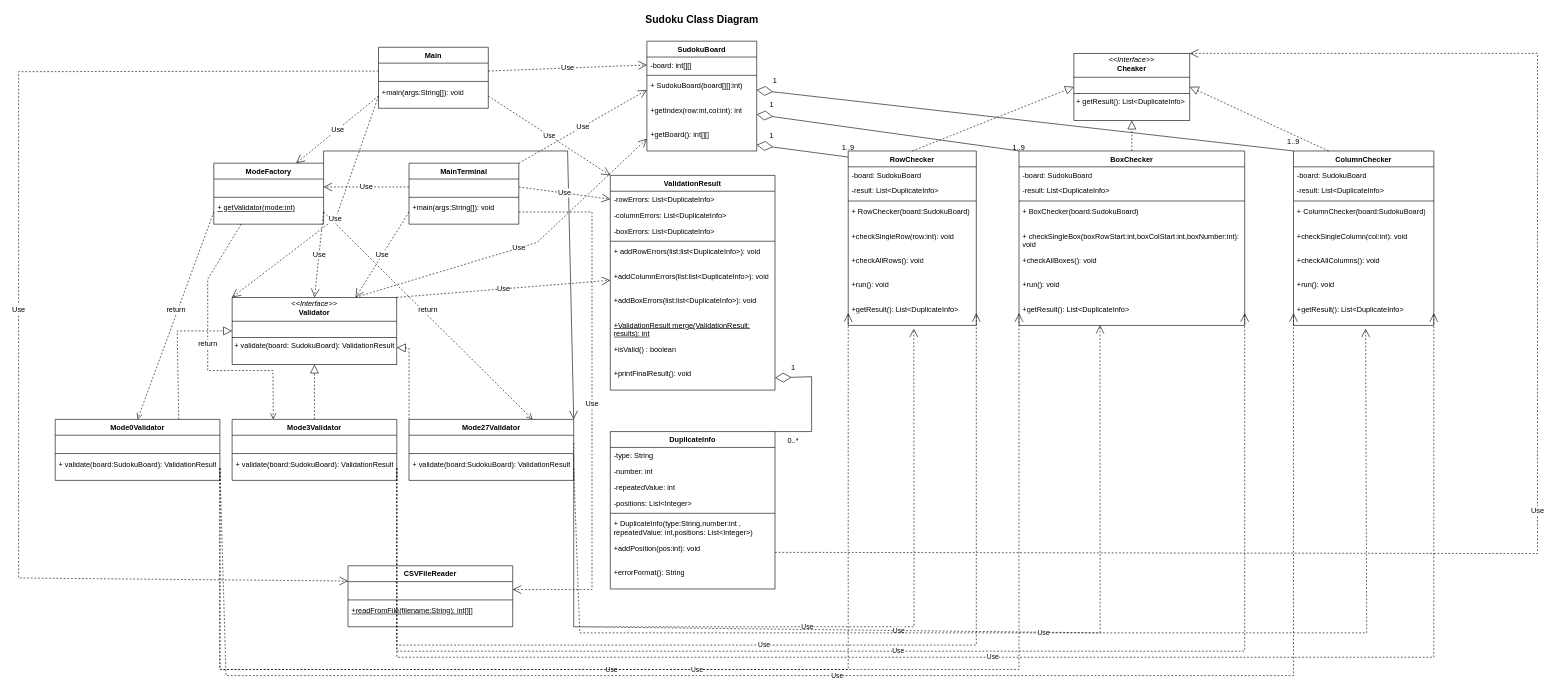
This is ClassDiagram.drawio from ghadeer4705/Lab9_Sudoku1, a draw.io file, before an edit. Source tidied: cells renumbered, new cells numbered last; positions are measured from the earlier drawing's top-left corner, leaving out a move shared by most shapes. Both pictures are drawn from the tidied source at 61%, with x=0, y=0 at pixel (18, 10).
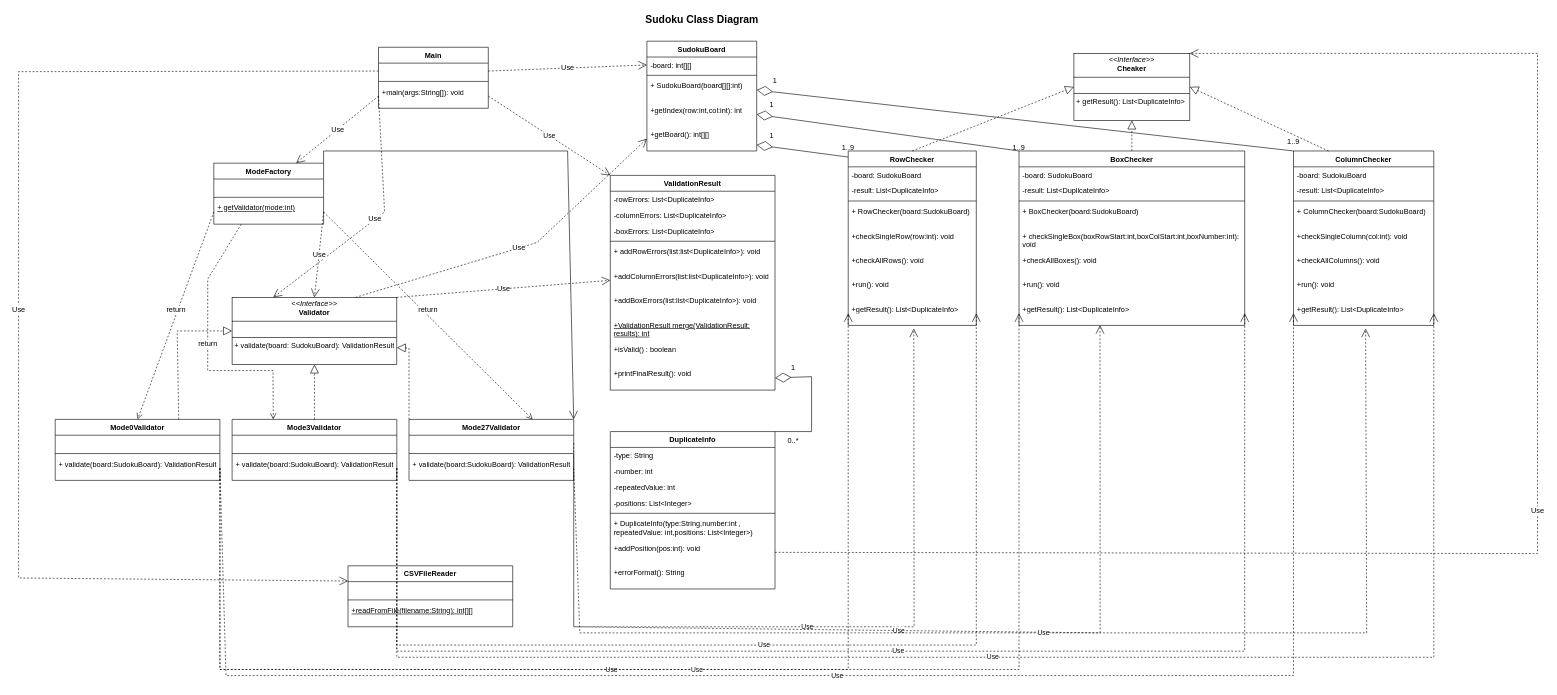
After the change.

The change refers to these unchanged cells:
```xml
<mxCell id="6" value="+ SudokuBoard(board[][]:int)" style="text;strokeColor=none;fillColor=none;align=left;verticalAlign=top;spacingLeft=4;spacingRight=4;overflow=hidden;points=[[0,0.5],[1,0.5]];portConstraint=eastwest;whiteSpace=wrap;html=1;" parent="3" vertex="1">
  <mxGeometry y="60" width="180" height="40" as="geometry" />
</mxCell>
<mxCell id="10" value="&lt;div&gt;-rowErrors:&amp;nbsp;List&amp;lt;DuplicateInfo&amp;gt;&lt;/div&gt;" style="text;strokeColor=none;fillColor=none;align=left;verticalAlign=top;spacingLeft=4;spacingRight=4;overflow=hidden;points=[[0,0.5],[1,0.5]];portConstraint=eastwest;whiteSpace=wrap;html=1;" parent="9" vertex="1">
  <mxGeometry y="26" width="270" height="26" as="geometry" />
</mxCell>
<mxCell id="32" value="+main(args:String[]): void&lt;div&gt;&lt;br&gt;&lt;/div&gt;" style="text;strokeColor=none;fillColor=none;align=left;verticalAlign=top;spacingLeft=4;spacingRight=4;overflow=hidden;points=[[0,0.5],[1,0.5]];portConstraint=eastwest;whiteSpace=wrap;html=1;" parent="29" vertex="1">
  <mxGeometry y="60" width="180" height="40" as="geometry" />
</mxCell>
<mxCell id="61" value="&lt;p style=&quot;margin:0px;margin-top:4px;text-align:center;&quot;&gt;&lt;i&gt;&amp;lt;&amp;lt;Interface&amp;gt;&amp;gt;&lt;/i&gt;&lt;br&gt;&lt;b&gt;Validator&lt;/b&gt;&lt;/p&gt;&lt;hr size=&quot;1&quot; style=&quot;border-style:solid;&quot;&gt;&lt;p style=&quot;margin:0px;margin-left:4px;&quot;&gt;&lt;br&gt;&lt;/p&gt;&lt;hr size=&quot;1&quot; style=&quot;border-style:solid;&quot;&gt;&lt;p style=&quot;margin:0px;margin-left:4px;&quot;&gt;+ validate(board:&amp;nbsp;&lt;span style=&quot;background-color: transparent; color: light-dark(rgb(0, 0, 0), rgb(255, 255, 255));&quot;&gt;SudokuBoard&lt;/span&gt;&lt;span style=&quot;background-color: transparent; color: light-dark(rgb(0, 0, 0), rgb(255, 255, 255));&quot;&gt;):&amp;nbsp;&lt;/span&gt;&lt;span style=&quot;background-color: transparent;&quot;&gt;ValidationResult&lt;/span&gt;&lt;/p&gt;&lt;p style=&quot;margin:0px;margin-left:4px;&quot;&gt;&lt;br&gt;&lt;/p&gt;" style="verticalAlign=top;align=left;overflow=fill;html=1;whiteSpace=wrap;fillColor=none;strokeColor=light-dark(#000000,#A680B8);" parent="1" vertex="1">
  <mxGeometry x="350" y="470" width="270" height="110" as="geometry" />
</mxCell>
<mxCell id="75" value="&lt;div&gt;&lt;br&gt;&lt;/div&gt;" style="text;strokeColor=none;fillColor=none;align=left;verticalAlign=top;spacingLeft=4;spacingRight=4;overflow=hidden;points=[[0,0.5],[1,0.5]];portConstraint=eastwest;whiteSpace=wrap;html=1;" parent="74" vertex="1">
  <mxGeometry y="26" width="180" height="26" as="geometry" />
</mxCell>
<mxCell id="83" value="&lt;div&gt;&lt;br&gt;&lt;/div&gt;&lt;div&gt;&lt;br&gt;&lt;/div&gt;" style="text;strokeColor=none;fillColor=none;align=left;verticalAlign=top;spacingLeft=4;spacingRight=4;overflow=hidden;points=[[0,0.5],[1,0.5]];portConstraint=eastwest;whiteSpace=wrap;html=1;" parent="82" vertex="1">
  <mxGeometry y="26" width="270" height="26" as="geometry" />
</mxCell>
```

Diff of the diagram source:
```diff
@@
-    <mxCell id="78" value="MainTerminal" style="swimlane;fontStyle=1;align=center;verticalAlign=top;horizontal=1;startSize=26;whiteSpace=wrap;html=1;fillColor=light-dark(#FFFFFF,#A680B8);strokeColor=light-dark(#000000,#C3ABD0);" parent="1" vertex="1">
-      <mxGeometry x="640" y="250" width="180" height="100" as="geometry" />
-    </mxCell>
-    <mxCell id="79" value="&lt;div&gt;&lt;br&gt;&lt;/div&gt;" style="text;strokeColor=none;fillColor=none;align=left;verticalAlign=top;spacingLeft=4;spacingRight=4;overflow=hidden;points=[[0,0.5],[1,0.5]];portConstraint=eastwest;whiteSpace=wrap;html=1;" parent="78" vertex="1">
-      <mxGeometry y="26" width="180" height="26" as="geometry" />
-    </mxCell>
-    <mxCell id="80" style="line;strokeWidth=1;fillColor=default;align=left;verticalAlign=middle;spacingTop=-1;spacingLeft=3;spacingRight=3;labelPosition=right;strokeColor=inherit;" parent="78" vertex="1">
-      <mxGeometry y="52" width="180" height="8" as="geometry" />
-    </mxCell>
-    <mxCell id="81" value="+main(args:String[]): void&lt;div&gt;&lt;br&gt;&lt;/div&gt;" style="text;strokeColor=none;fillColor=none;align=left;verticalAlign=top;spacingLeft=4;spacingRight=4;overflow=hidden;points=[[0,0.5],[1,0.5]];portConstraint=eastwest;whiteSpace=wrap;html=1;" parent="78" vertex="1">
-      <mxGeometry y="60" width="180" height="40" as="geometry" />
-    </mxCell>
@@
-    <mxCell id="86" value="Use" style="endArrow=open;endSize=12;dashed=1;html=1;rounded=0;fontFamily=Helvetica;fontSize=12;fontColor=default;exitX=0;exitY=0.5;exitDx=0;exitDy=0;entryX=1;entryY=0.5;entryDx=0;entryDy=0;" parent="1" edge="1" source="79" target="75">
-      <mxGeometry relative="1" as="geometry" />
-    </mxCell>
@@
-    <mxCell id="98" value="Use" style="endArrow=open;endSize=12;dashed=1;html=1;rounded=0;fontFamily=Helvetica;fontSize=12;fontColor=default;exitX=1;exitY=0.5;exitDx=0;exitDy=0;entryX=1;entryY=0.5;entryDx=0;entryDy=0;" parent="1" edge="1" source="81" target="83">
-      <mxGeometry relative="1" as="geometry">
-        <Array as="points">
-          <mxPoint x="940" y="330" />
-          <mxPoint x="940" y="949" />
-        </Array>
-      </mxGeometry>
-    </mxCell>
@@
-    <mxCell id="113" value="Use" style="endArrow=open;endSize=12;dashed=1;html=1;rounded=0;fontFamily=Helvetica;fontSize=12;fontColor=default;exitX=0;exitY=0.5;exitDx=0;exitDy=0;entryX=0;entryY=0;entryDx=0;entryDy=0;" parent="1" edge="1" source="32" target="61">
+    <mxCell id="113" value="Use" style="endArrow=open;endSize=12;dashed=1;html=1;rounded=0;fontFamily=Helvetica;fontSize=12;fontColor=default;exitX=0;exitY=0.5;exitDx=0;exitDy=0;entryX=0.25;entryY=0;entryDx=0;entryDy=0;" parent="1" edge="1" source="32" target="61">
       <mxGeometry relative="1" as="geometry">
         <Array as="points">
-          <mxPoint x="520" y="340" />
+          <mxPoint x="600" y="330" />
         </Array>
       </mxGeometry>
     </mxCell>
-    <mxCell id="114" value="Use" style="endArrow=open;endSize=12;dashed=1;html=1;rounded=0;fontFamily=Helvetica;fontSize=12;fontColor=default;exitX=0;exitY=0.5;exitDx=0;exitDy=0;entryX=0.75;entryY=0;entryDx=0;entryDy=0;" parent="1" edge="1" source="81" target="61">
-      <mxGeometry relative="1" as="geometry" />
-    </mxCell>
-    <mxCell id="115" value="Use" style="endArrow=open;endSize=12;dashed=1;html=1;rounded=0;fontFamily=Helvetica;fontSize=12;fontColor=default;exitX=1;exitY=0;exitDx=0;exitDy=0;entryX=0;entryY=0.5;entryDx=0;entryDy=0;" parent="1" edge="1" source="78" target="6">
-      <mxGeometry relative="1" as="geometry" />
-    </mxCell>
@@
-    <mxCell id="117" value="Use" style="endArrow=open;endSize=12;dashed=1;html=1;rounded=0;fontFamily=Helvetica;fontSize=12;fontColor=default;exitX=1;exitY=0.5;exitDx=0;exitDy=0;entryX=0;entryY=0.5;entryDx=0;entryDy=0;" parent="1" edge="1" source="79" target="10">
-      <mxGeometry relative="1" as="geometry" />
-    </mxCell>
```
